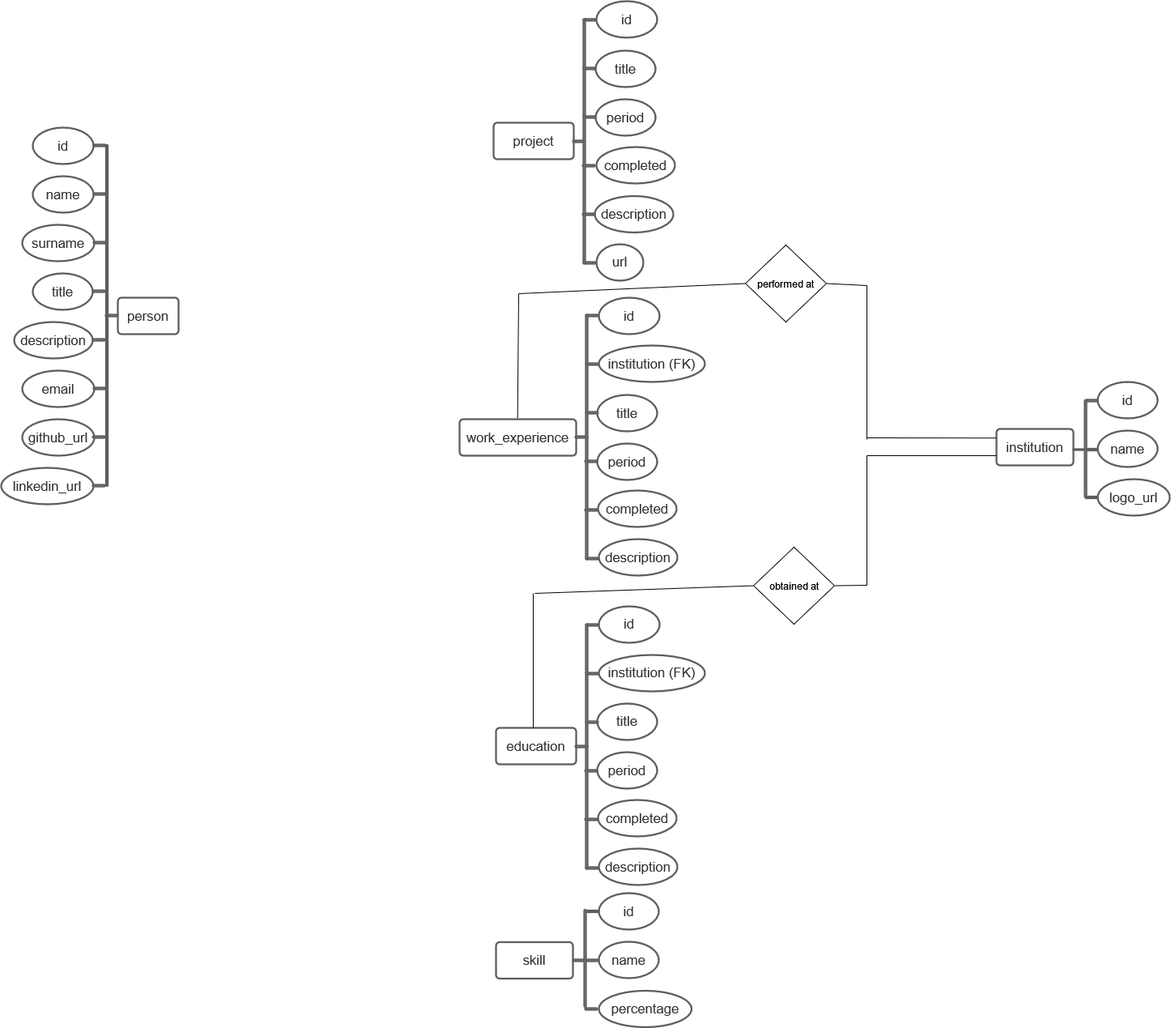
Before: base de datos/der portfolio.png, a diagram exported from draw.io (sebastian-charras/portfolio-BackEnd). Source tidied: cells renumbered, new cells last; positions are measured from the earlier drawing's top-left corner, leaving out a move shared by most shapes.
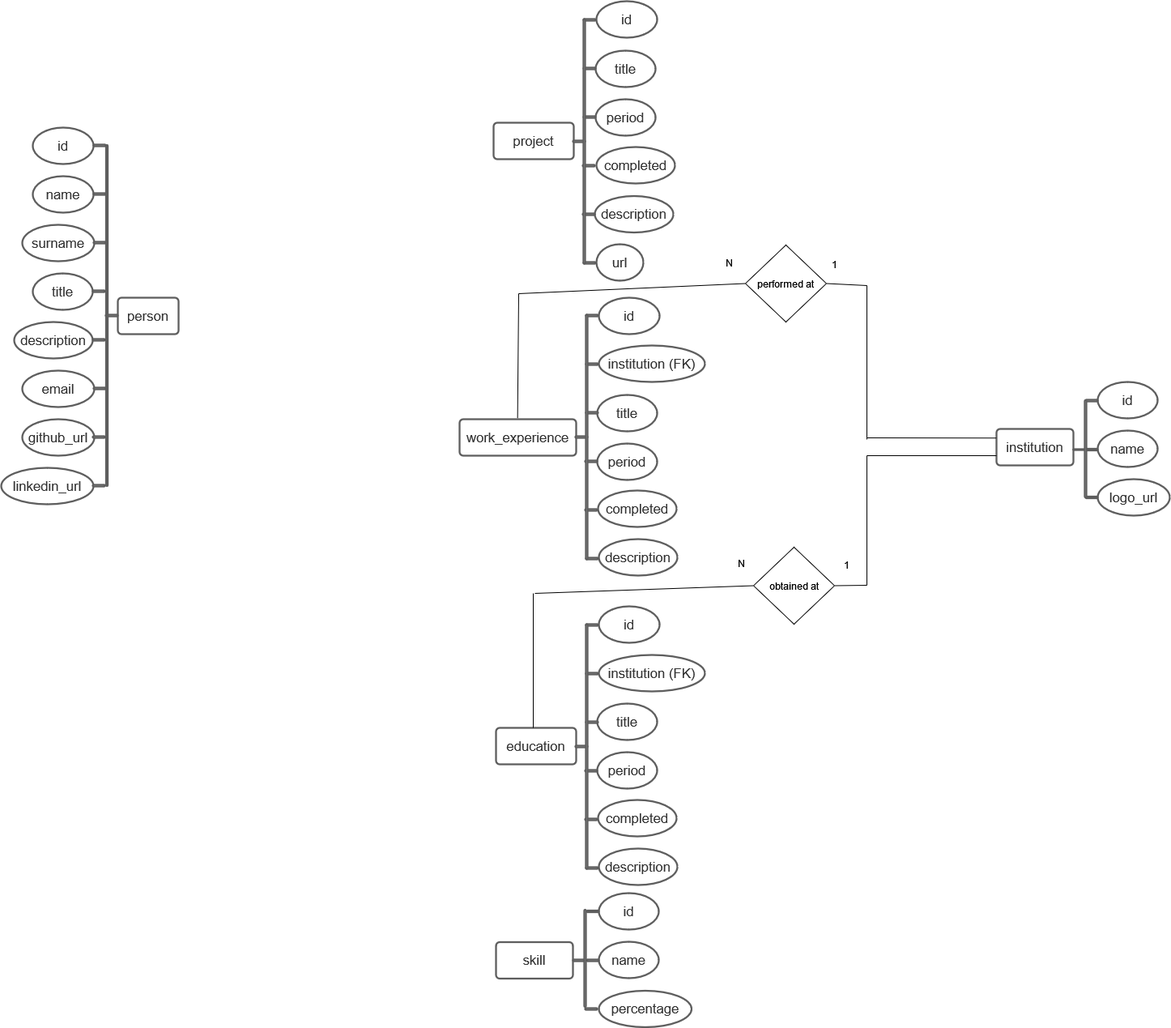
Later version of the same file.

Change to the diagram source:
```diff
@@ -309,5 +309,17 @@
         <mxPoint x="739" y="731" as="sourcePoint" />
       </mxGeometry>
     </mxCell>
+    <mxCell id="96" value="1" style="text;html=1;strokeColor=none;fillColor=none;align=center;verticalAlign=middle;whiteSpace=wrap;rounded=0;" parent="1" vertex="1">
+      <mxGeometry x="1099" y="311" width="20" height="27" as="geometry" />
+    </mxCell>
+    <mxCell id="97" value="N" style="text;html=1;strokeColor=none;fillColor=none;align=center;verticalAlign=middle;whiteSpace=wrap;rounded=0;" parent="1" vertex="1">
+      <mxGeometry x="969" y="309.5" width="20" height="27" as="geometry" />
+    </mxCell>
+    <mxCell id="98" value="1" style="text;html=1;strokeColor=none;fillColor=none;align=center;verticalAlign=middle;whiteSpace=wrap;rounded=0;" parent="1" vertex="1">
+      <mxGeometry x="1114" y="682" width="20" height="27" as="geometry" />
+    </mxCell>
+    <mxCell id="99" value="N" style="text;html=1;strokeColor=none;fillColor=none;align=center;verticalAlign=middle;whiteSpace=wrap;rounded=0;" parent="1" vertex="1">
+      <mxGeometry x="984" y="680.5" width="20" height="27" as="geometry" />
+    </mxCell>
   </root>
 </mxGraphModel>
```
